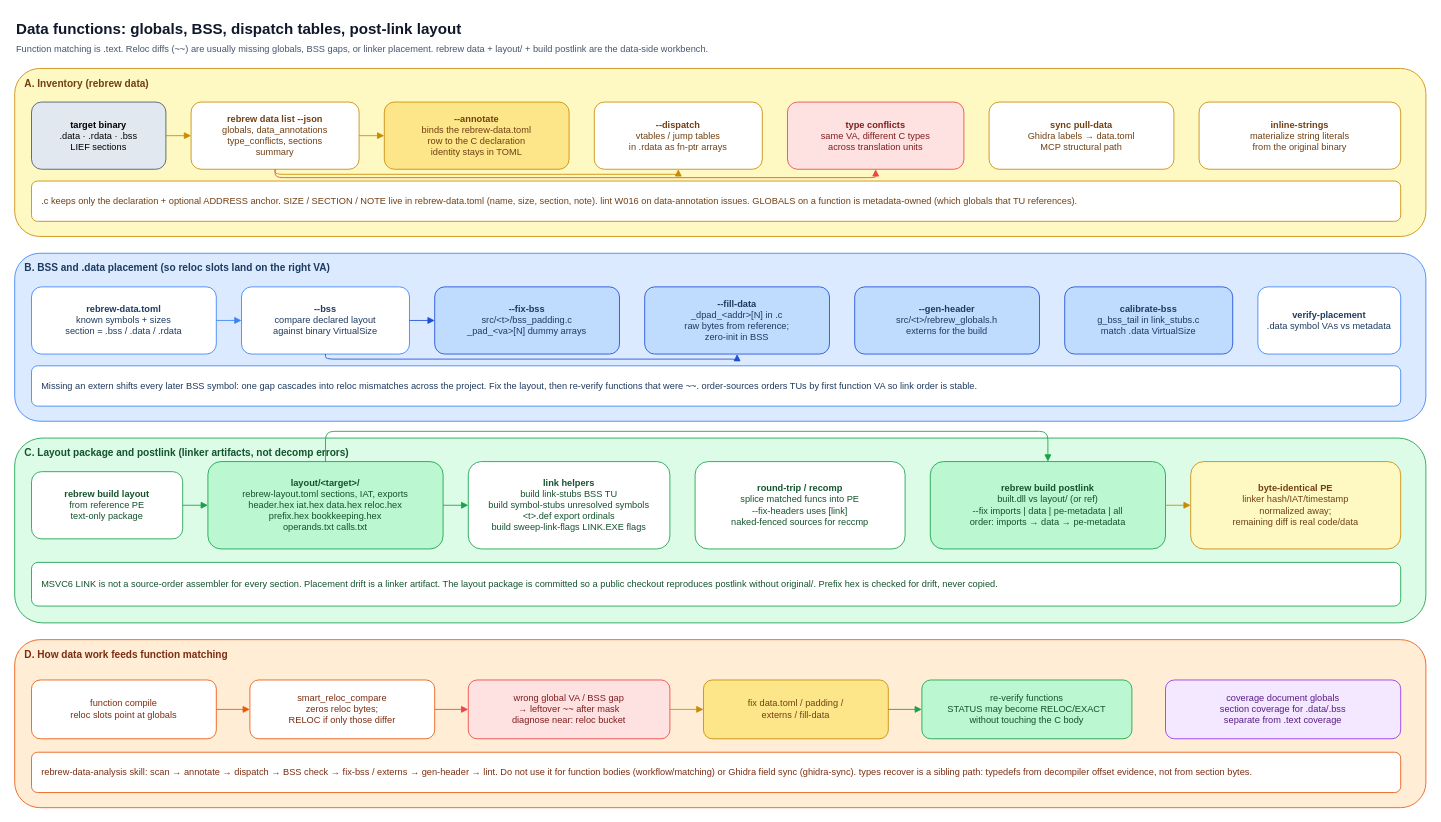
This is page "7. Data, globals, layout" (6 of 6) of docs/architecture.drawio from maci0/rebrew, a draw.io file, before an edit. Source tidied: cells renumbered, new cells numbered last; positions are measured from the earlier drawing's top-left corner, leaving out a move shared by most shapes. Both pictures are drawn from the tidied source at 84%, with x=0, y=0 at pixel (14, 14).
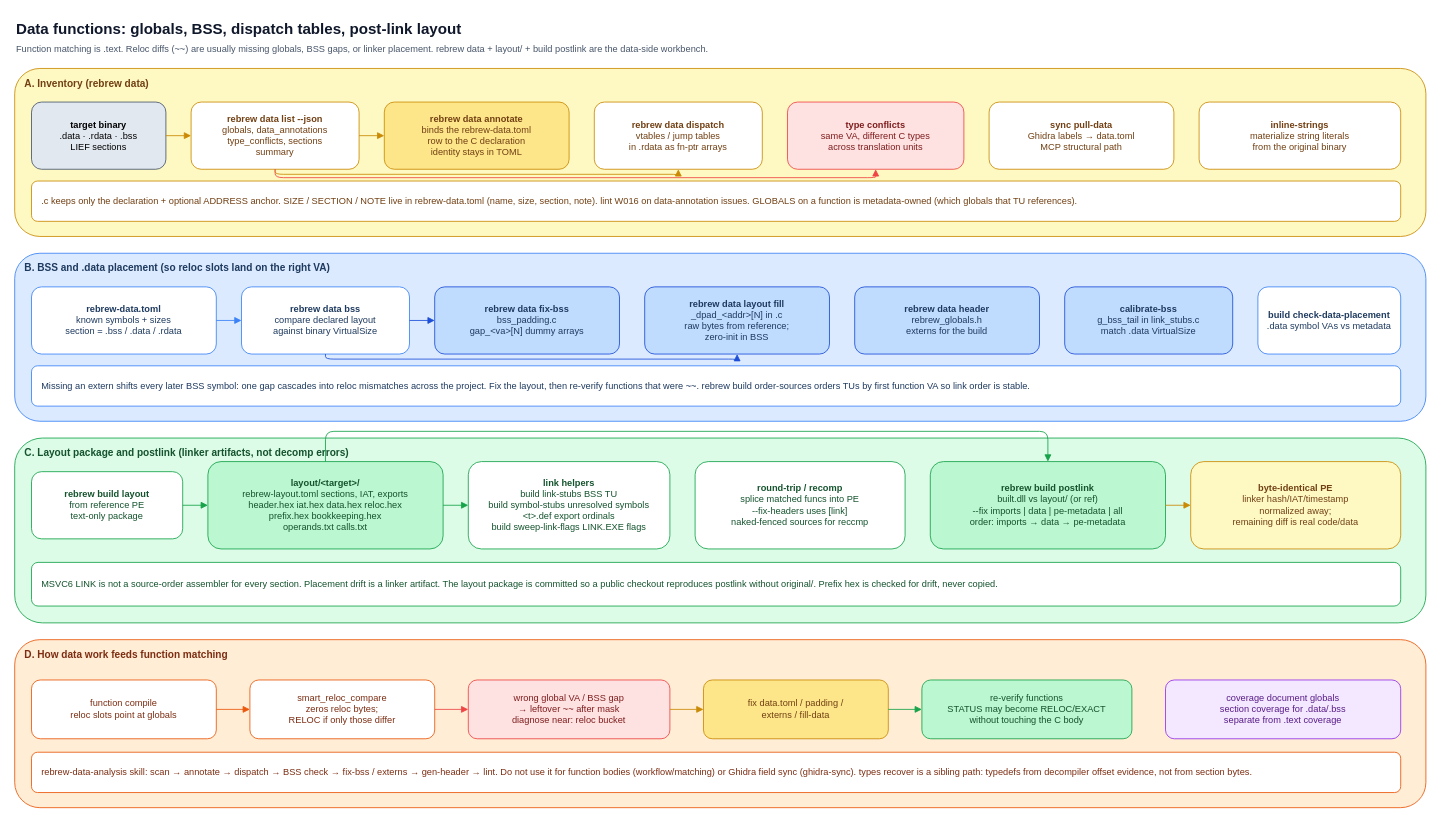
The same diagram, later.

Change to the diagram source:
```diff
@@
-    <mxCell id="7" value="&lt;b&gt;--annotate&lt;/b&gt;&lt;br&gt;binds the rebrew-data.toml&lt;br&gt;row to the C declaration&lt;br&gt;identity stays in TOML" style="rounded=1;whiteSpace=wrap;html=1;fillColor=#fde68a;strokeColor=#ca8a04;fontColor=#713f12;align=center;fontSize=11;" parent="1" vertex="1">
+    <mxCell id="7" value="&lt;b&gt;rebrew data annotate&lt;/b&gt;&lt;br&gt;binds the rebrew-data.toml&lt;br&gt;row to the C declaration&lt;br&gt;identity stays in TOML" style="rounded=1;whiteSpace=wrap;html=1;fillColor=#fde68a;strokeColor=#ca8a04;fontColor=#713f12;align=center;fontSize=11;" parent="1" vertex="1">
       <mxGeometry x="440" y="104" width="220" height="80" as="geometry" />
     </mxCell>
-    <mxCell id="8" value="&lt;b&gt;--dispatch&lt;/b&gt;&lt;br&gt;vtables / jump tables&lt;br&gt;in .rdata as fn-ptr arrays" style="rounded=1;whiteSpace=wrap;html=1;fillColor=#ffffff;strokeColor=#ca8a04;fontColor=#713f12;align=center;fontSize=11;" parent="1" vertex="1">
+    <mxCell id="8" value="&lt;b&gt;rebrew data dispatch&lt;/b&gt;&lt;br&gt;vtables / jump tables&lt;br&gt;in .rdata as fn-ptr arrays" style="rounded=1;whiteSpace=wrap;html=1;fillColor=#ffffff;strokeColor=#ca8a04;fontColor=#713f12;align=center;fontSize=11;" parent="1" vertex="1">
       <mxGeometry x="690" y="104" width="200" height="80" as="geometry" />
     </mxCell>
@@
-    <mxCell id="19" value="&lt;b&gt;--bss&lt;/b&gt;&lt;br&gt;compare declared layout&lt;br&gt;against binary VirtualSize" style="rounded=1;whiteSpace=wrap;html=1;fillColor=#ffffff;strokeColor=#3b82f6;fontColor=#1e3a5f;align=center;fontSize=11;" parent="1" vertex="1">
+    <mxCell id="19" value="&lt;b&gt;rebrew data bss&lt;/b&gt;&lt;br&gt;compare declared layout&lt;br&gt;against binary VirtualSize" style="rounded=1;whiteSpace=wrap;html=1;fillColor=#ffffff;strokeColor=#3b82f6;fontColor=#1e3a5f;align=center;fontSize=11;" parent="1" vertex="1">
       <mxGeometry x="270" y="324" width="200" height="80" as="geometry" />
     </mxCell>
-    <mxCell id="20" value="&lt;b&gt;--fix-bss&lt;/b&gt;&lt;br&gt;src/&amp;lt;t&amp;gt;/bss_padding.c&lt;br&gt;_pad_&amp;lt;va&amp;gt;[N] dummy arrays" style="rounded=1;whiteSpace=wrap;html=1;fillColor=#bfdbfe;strokeColor=#1d4ed8;fontColor=#1e3a5f;align=center;fontSize=11;" parent="1" vertex="1">
+    <mxCell id="20" value="&lt;b&gt;rebrew data fix-bss&lt;/b&gt;&lt;br&gt;bss_padding.c&lt;br&gt;gap_&amp;lt;va&amp;gt;[N] dummy arrays" style="rounded=1;whiteSpace=wrap;html=1;fillColor=#bfdbfe;strokeColor=#1d4ed8;fontColor=#1e3a5f;align=center;fontSize=11;" parent="1" vertex="1">
       <mxGeometry x="500" y="324" width="220" height="80" as="geometry" />
     </mxCell>
-    <mxCell id="21" value="&lt;b&gt;--fill-data&lt;/b&gt;&lt;br&gt;_dpad_&amp;lt;addr&amp;gt;[N] in .c&lt;br&gt;raw bytes from reference;&lt;br&gt;zero-init in BSS" style="rounded=1;whiteSpace=wrap;html=1;fillColor=#bfdbfe;strokeColor=#1d4ed8;fontColor=#1e3a5f;align=center;fontSize=11;" parent="1" vertex="1">
+    <mxCell id="21" value="&lt;b&gt;rebrew data layout fill&lt;/b&gt;&lt;br&gt;_dpad_&amp;lt;addr&amp;gt;[N] in .c&lt;br&gt;raw bytes from reference;&lt;br&gt;zero-init in BSS" style="rounded=1;whiteSpace=wrap;html=1;fillColor=#bfdbfe;strokeColor=#1d4ed8;fontColor=#1e3a5f;align=center;fontSize=11;" parent="1" vertex="1">
       <mxGeometry x="750" y="324" width="220" height="80" as="geometry" />
     </mxCell>
-    <mxCell id="22" value="&lt;b&gt;--gen-header&lt;/b&gt;&lt;br&gt;src/&amp;lt;t&amp;gt;/rebrew_globals.h&lt;br&gt;externs for the build" style="rounded=1;whiteSpace=wrap;html=1;fillColor=#bfdbfe;strokeColor=#1d4ed8;fontColor=#1e3a5f;align=center;fontSize=11;" parent="1" vertex="1">
+    <mxCell id="22" value="&lt;b&gt;rebrew data header&lt;/b&gt;&lt;br&gt;rebrew_globals.h&lt;br&gt;externs for the build" style="rounded=1;whiteSpace=wrap;html=1;fillColor=#bfdbfe;strokeColor=#1d4ed8;fontColor=#1e3a5f;align=center;fontSize=11;" parent="1" vertex="1">
       <mxGeometry x="1000" y="324" width="220" height="80" as="geometry" />
     </mxCell>
@@
-    <mxCell id="24" value="&lt;b&gt;verify-placement&lt;/b&gt;&lt;br&gt;.data symbol VAs vs metadata" style="rounded=1;whiteSpace=wrap;html=1;fillColor=#ffffff;strokeColor=#3b82f6;fontColor=#1e3a5f;align=center;fontSize=11;" parent="1" vertex="1">
+    <mxCell id="24" value="&lt;b&gt;build check-data-placement&lt;/b&gt;&lt;br&gt;.data symbol VAs vs metadata" style="rounded=1;whiteSpace=wrap;html=1;fillColor=#ffffff;strokeColor=#3b82f6;fontColor=#1e3a5f;align=center;fontSize=11;" parent="1" vertex="1">
       <mxGeometry x="1480" y="324" width="170" height="80" as="geometry" />
     </mxCell>
-    <mxCell id="25" value="Missing an extern shifts every later BSS symbol: one gap cascades into reloc mismatches across the project. Fix the layout, then re-verify functions that were ~~. order-sources orders TUs by first function VA so link order is stable." style="rounded=1;whiteSpace=wrap;html=1;fillColor=#ffffff;strokeColor=#3b82f6;fontColor=#1e3a5f;align=left;spacingLeft=10;fontSize=11;" parent="1" vertex="1">
+    <mxCell id="25" value="Missing an extern shifts every later BSS symbol: one gap cascades into reloc mismatches across the project. Fix the layout, then re-verify functions that were ~~. rebrew build order-sources orders TUs by first function VA so link order is stable." style="rounded=1;whiteSpace=wrap;html=1;fillColor=#ffffff;strokeColor=#3b82f6;fontColor=#1e3a5f;align=left;spacingLeft=10;fontSize=11;" parent="1" vertex="1">
       <mxGeometry x="20" y="418" width="1630" height="48" as="geometry" />
     </mxCell>
```
